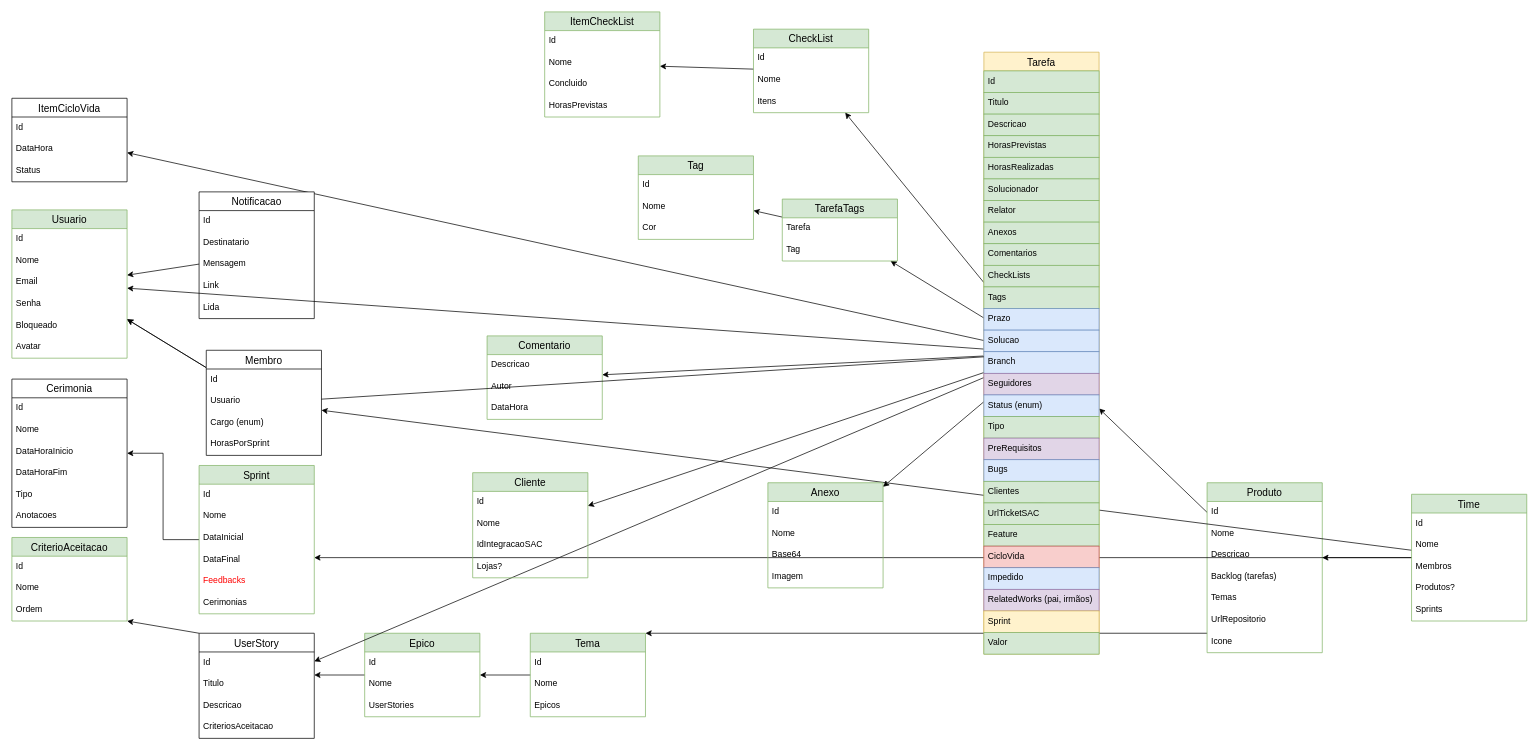
This is page "ordem" (1 of 2) of Agilis-Back/docs/Untitled Diagram.drawio from ddsdaniel/Agilis, a draw.io file, before an edit. Source tidied: cells renumbered, new cells numbered last; positions are measured from the earlier drawing's top-left corner, leaving out a move shared by most shapes. Both pictures are drawn from the tidied source at 72%, with x=0, y=0 at pixel (12, 12).
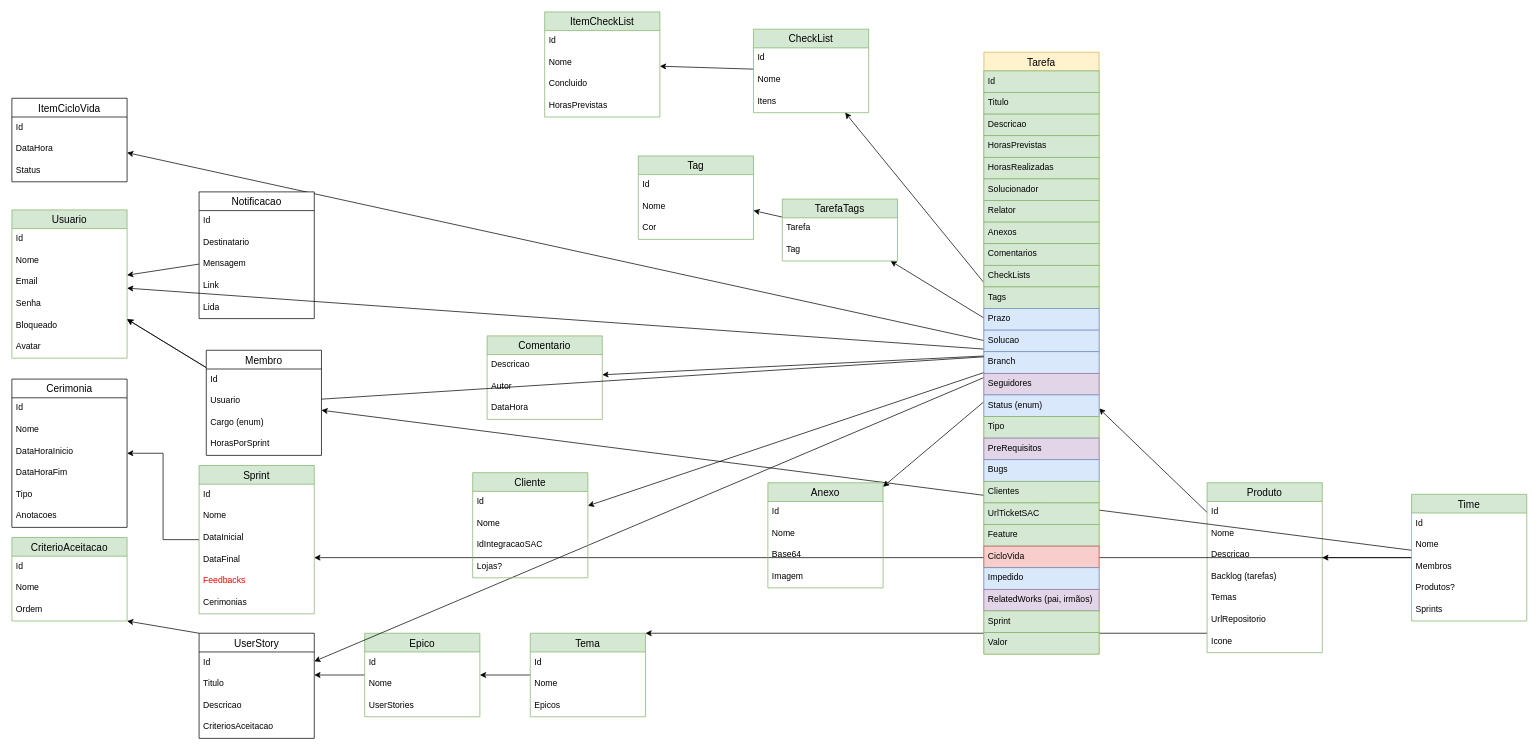
The same diagram, later.

Unchanged cells that the change refers to:
```xml
<mxCell id="88" value="Tarefa" style="swimlane;fontStyle=0;horizontal=1;startSize=26;align=center;fontSize=14;fillColor=#fff2cc;strokeColor=#d6b656;" parent="1" vertex="1">
  <mxGeometry x="1350" y="56" width="160" height="836" as="geometry" />
</mxCell>
```

Diff of the diagram source:
```diff
@@
-    <mxCell id="114" value="Sprint" style="text;strokeColor=#d6b656;fillColor=#fff2cc;spacingLeft=4;spacingRight=4;overflow=hidden;fontSize=12;" parent="88" vertex="1">
+    <mxCell id="114" value="Sprint" style="text;strokeColor=#82b366;fillColor=#d5e8d4;spacingLeft=4;spacingRight=4;overflow=hidden;fontSize=12;" parent="88" vertex="1">
       <mxGeometry y="776" width="160" height="30" as="geometry" />
     </mxCell>
```
